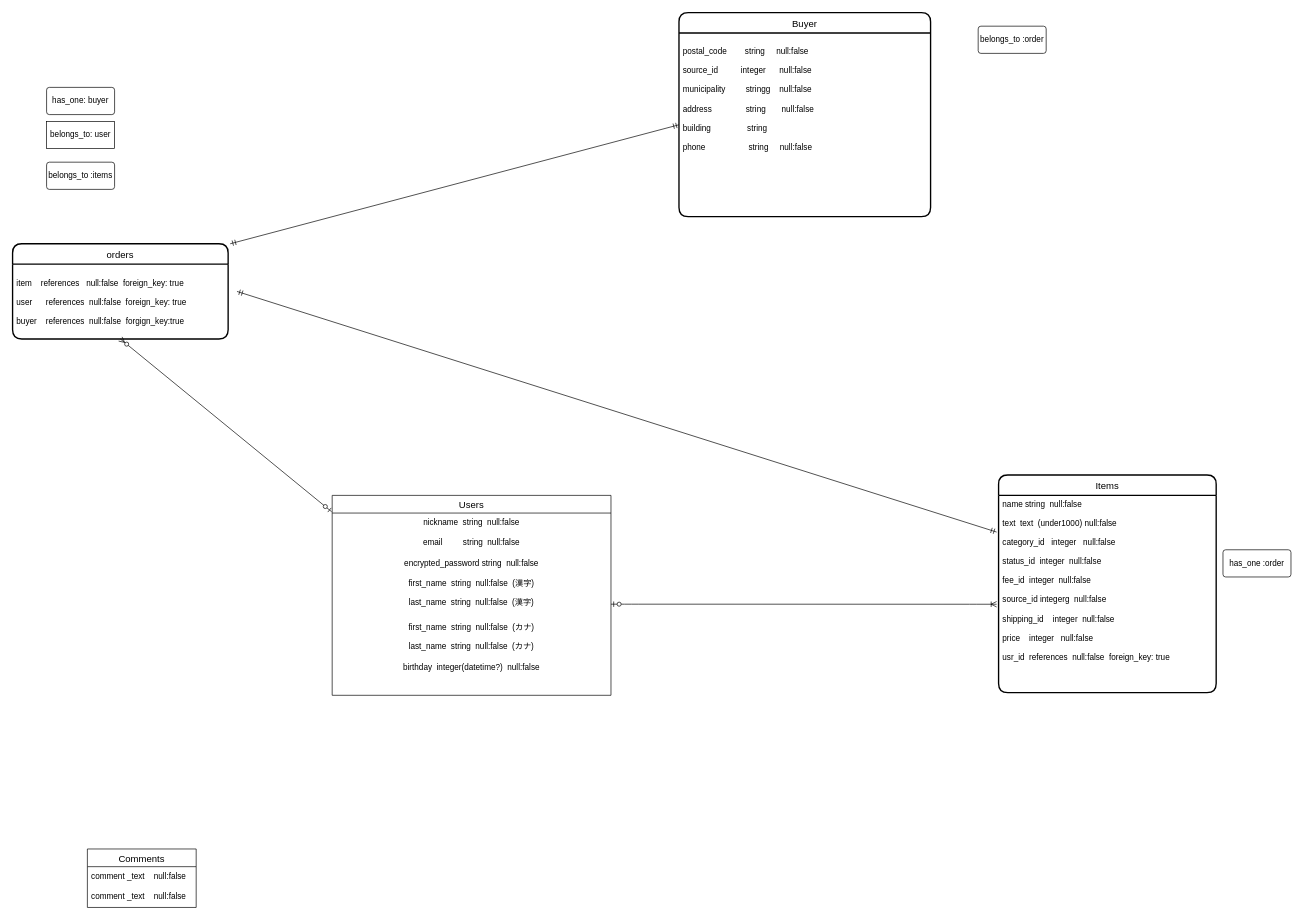
Earlier version of the draw.io diagram furima-ER.dio (tomuyamukun/furima-32069). Source tidied: cells renumbered, new cells numbered last; positions are measured from the earlier drawing's top-left corner, leaving out a move shared by most shapes. Both pictures are drawn from the tidied source at 68%, with x=0, y=0 at pixel (12, 12).
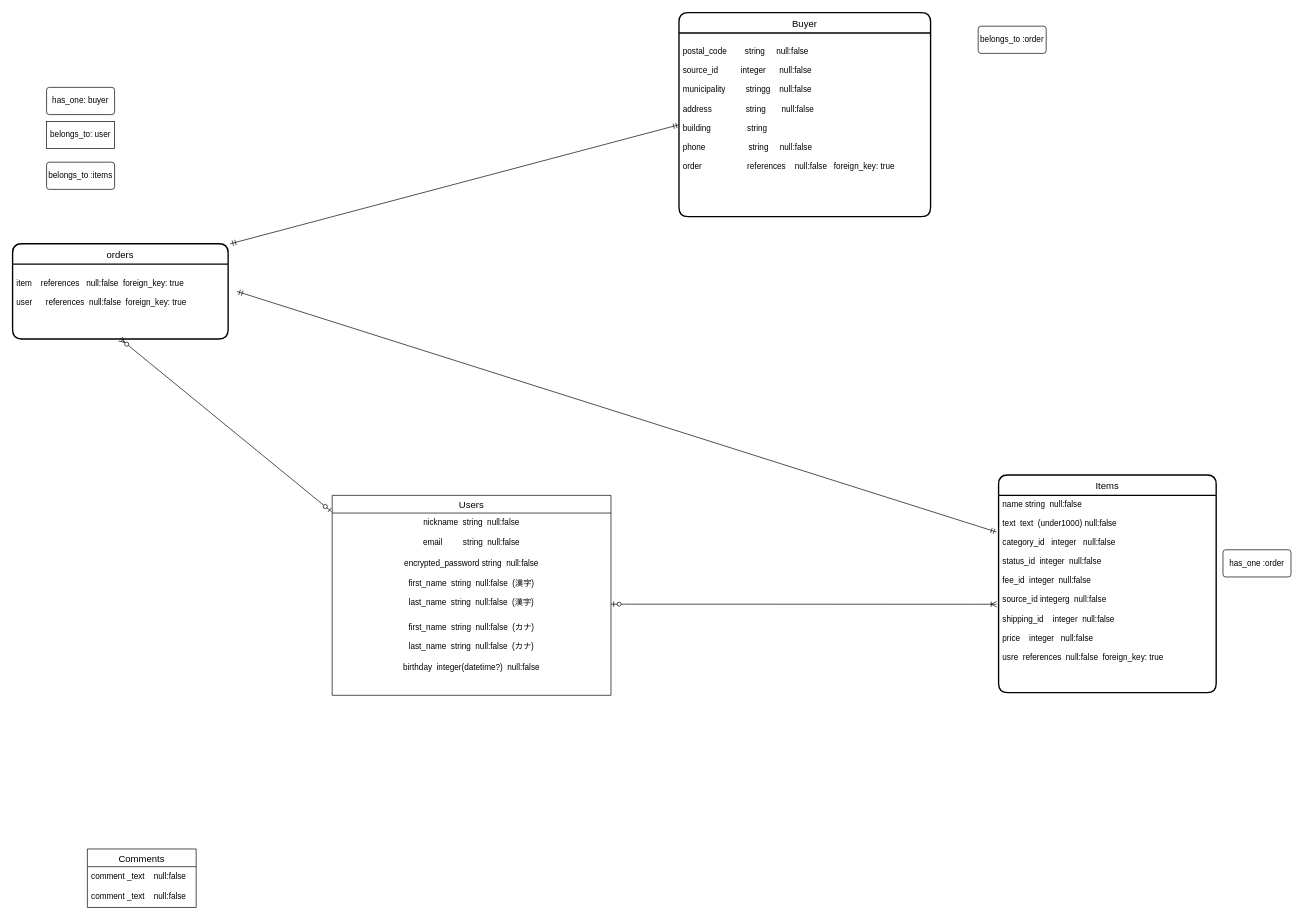
Above is the later version.

The change refers to these unchanged cells:
```xml
<mxCell id="13" value="Items" style="swimlane;horizontal=1;startSize=30;rounded=1;fontSize=14;fontStyle=0;strokeWidth=2;shadow=0;dashed=0;align=center;" parent="1" vertex="1">
  <mxGeometry x="1450" y="680" width="320" height="320" as="geometry" />
</mxCell>
<mxCell id="21" value="Buyer" style="swimlane;horizontal=1;startSize=30;rounded=1;fontSize=14;fontStyle=0;strokeWidth=2;shadow=0;dashed=0;align=center;" parent="1" vertex="1">
  <mxGeometry x="980" width="370" height="300" as="geometry" />
</mxCell>
<mxCell id="23" value="orders" style="swimlane;horizontal=1;startSize=30;rounded=1;fontSize=14;fontStyle=0;strokeWidth=2;shadow=0;dashed=0;align=center;" parent="1" vertex="1">
  <mxGeometry y="340" width="317" height="140" as="geometry" />
</mxCell>
```

The edit, as a diff of the source:
```diff
@@
-    <mxCell id="14" value="name string  null:false&#10;&#10;text  text  (under1000) null:false&#10;&#10;category_id   integer   null:false&#10;&#10;status_id  integer  null:false&#10;&#10;fee_id  integer  null:false&#10;&#10;source_id integerg  null:false&#10;&#10;shipping_id    integer  null:false&#10;&#10;price    integer   null:false&#10;&#10;usr_id  references  null:false  foreign_key: true" style="align=left;strokeColor=none;fillColor=none;spacingLeft=4;fontSize=12;verticalAlign=top;" parent="13" vertex="1">
+    <mxCell id="14" value="name string  null:false&#10;&#10;text  text  (under1000) null:false&#10;&#10;category_id   integer   null:false&#10;&#10;status_id  integer  null:false&#10;&#10;fee_id  integer  null:false&#10;&#10;source_id integerg  null:false&#10;&#10;shipping_id    integer  null:false&#10;&#10;price    integer   null:false&#10;&#10;usre  references  null:false  foreign_key: true" style="align=left;strokeColor=none;fillColor=none;spacingLeft=4;fontSize=12;verticalAlign=top;" parent="13" vertex="1">
       <mxGeometry y="30" width="320" height="290" as="geometry" />
     </mxCell>
@@
-    <mxCell id="22" value="&#10;postal_code        string     null:false&#10;&#10;source_id          integer      null:false&#10;&#10;municipality         stringg    null:false&#10;&#10;address               string       null:false&#10;&#10;building                string&#10;&#10;phone                   string     null:false&#10;" style="align=left;strokeColor=none;fillColor=none;spacingLeft=4;fontSize=12;verticalAlign=top;" parent="21" vertex="1">
+    <mxCell id="22" value="&#10;postal_code        string     null:false&#10;&#10;source_id          integer      null:false&#10;&#10;municipality         stringg    null:false&#10;&#10;address               string       null:false&#10;&#10;building                string&#10;&#10;phone                   string     null:false&#10;&#10;order                    references    null:false   foreign_key: true&#10;" style="align=left;strokeColor=none;fillColor=none;spacingLeft=4;fontSize=12;verticalAlign=top;" parent="21" vertex="1">
       <mxGeometry y="30" width="370" height="270" as="geometry" />
     </mxCell>
@@
-    <mxCell id="24" value="&#10;item    references   null:false  foreign_key: true&#10;&#10;user      references  null:false  foreign_key: true    &#10;&#10;buyer    references  null:false  forgign_key:true" style="align=left;strokeColor=none;fillColor=none;spacingLeft=4;fontSize=12;verticalAlign=top;" parent="23" vertex="1">
+    <mxCell id="24" value="&#10;item    references   null:false  foreign_key: true&#10;&#10;user      references  null:false  foreign_key: true    &#10;" style="align=left;strokeColor=none;fillColor=none;spacingLeft=4;fontSize=12;verticalAlign=top;" parent="23" vertex="1">
       <mxGeometry y="30" width="317" height="110" as="geometry" />
     </mxCell>
```
